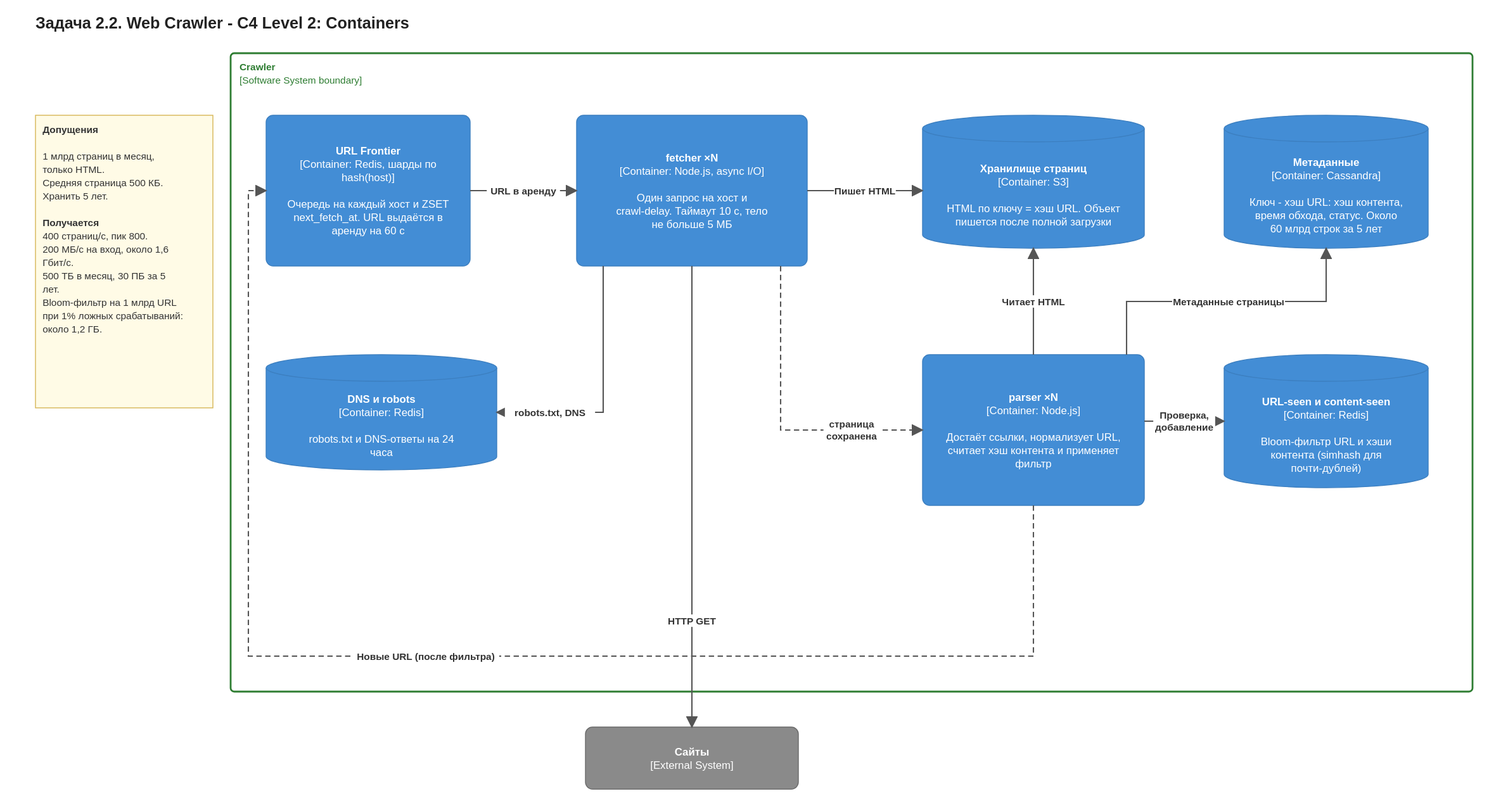
Earlier version of the draw.io export docs/highload/web-crawler.drawio.svg (Elaman19/system-design). Source tidied: cells renumbered, new cells last; positions are measured from the earlier drawing's top-left corner, leaving out a move shared by most shapes.
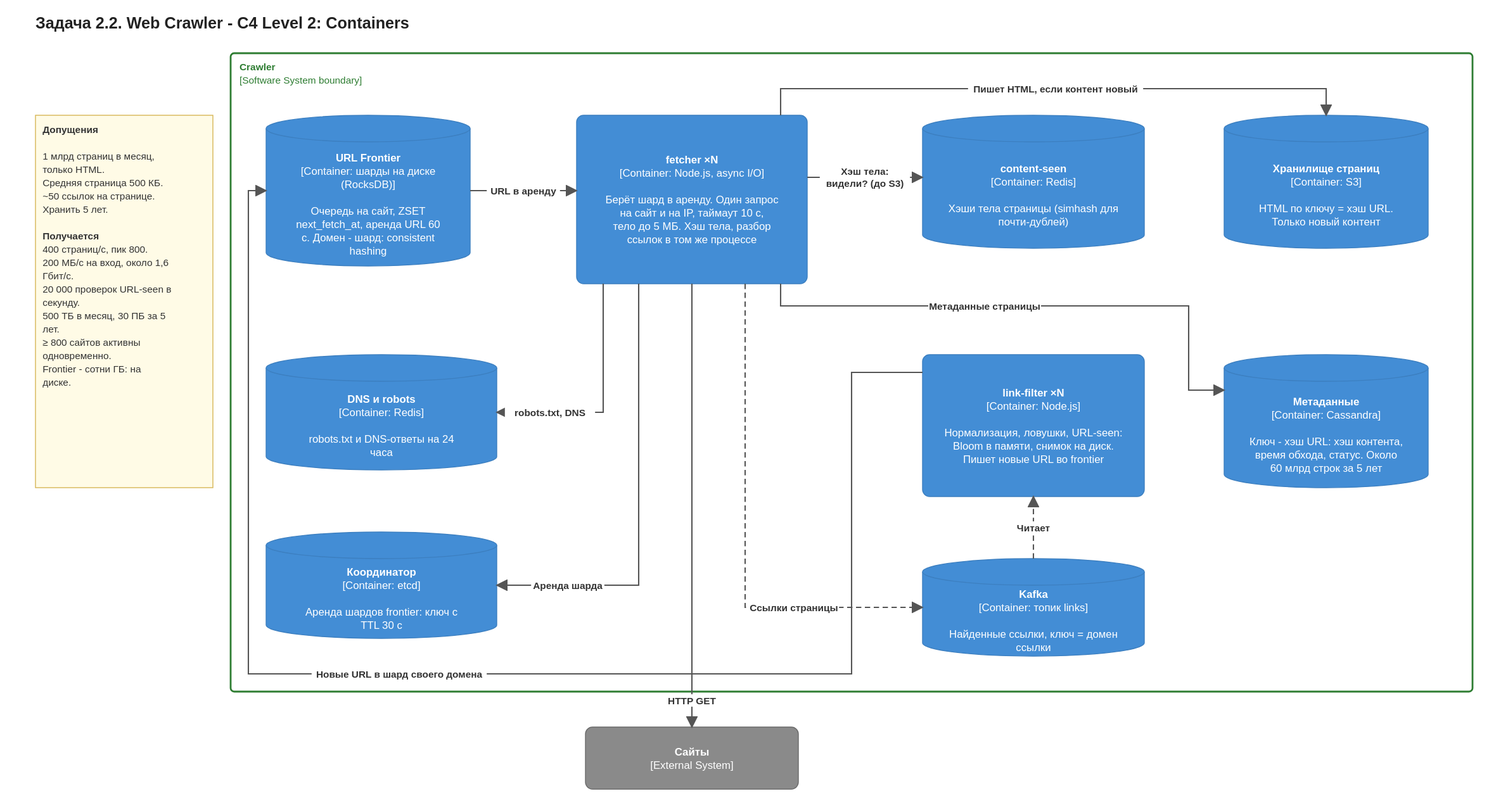
Later version of the same file.

What changed in the source:
```diff
@@ -8,78 +8,98 @@
     <mxCell id="3" value="&lt;b&gt;Задача 2.2. Web Crawler - C4 Level 2: Containers&lt;/b&gt;" style="fontFamily=Helvetica;html=1;whiteSpace=wrap;text;fontSize=18;align=left;verticalAlign=top;fontColor=#222222;" parent="1" vertex="1">
       <mxGeometry width="1620" height="30" as="geometry" />
     </mxCell>
-    <mxCell id="4" value="&lt;b&gt;Допущения&lt;/b&gt;&lt;br&gt;&lt;br&gt;1 млрд страниц в месяц, только HTML.&lt;br&gt;Средняя страница 500 КБ.&lt;br&gt;Хранить 5 лет.&lt;br&gt;&lt;br&gt;&lt;b&gt;Получается&lt;/b&gt;&lt;br&gt;400 страниц/с, пик 800.&lt;br&gt;200 МБ/с на вход, около 1,6 Гбит/с.&lt;br&gt;500 ТБ в месяц, 30 ПБ за 5 лет.&lt;br&gt;Bloom-фильтр на 1 млрд URL при 1% ложных срабатываний: около 1,2 ГБ." style="fontFamily=Helvetica;html=1;whiteSpace=wrap;fontSize=12;rounded=0;fillColor=#fffbe6;strokeColor=#d6b656;fontColor=#333333;align=left;verticalAlign=top;spacing=8;fontSize=11;" parent="1" vertex="1">
-      <mxGeometry y="116" width="200" height="330" as="geometry" />
+    <mxCell id="4" value="&lt;b&gt;Допущения&lt;/b&gt;&lt;br&gt;&lt;br&gt;1 млрд страниц в месяц, только HTML.&lt;br&gt;Средняя страница 500 КБ.&lt;br&gt;~50 ссылок на странице.&lt;br&gt;Хранить 5 лет.&lt;br&gt;&lt;br&gt;&lt;b&gt;Получается&lt;/b&gt;&lt;br&gt;400 страниц/с, пик 800.&lt;br&gt;200 МБ/с на вход, около 1,6 Гбит/с.&lt;br&gt;20 000 проверок URL-seen в секунду.&lt;br&gt;500 ТБ в месяц, 30 ПБ за 5 лет.&lt;br&gt;≥ 800 сайтов активны одновременно.&lt;br&gt;Frontier - сотни ГБ: на диске." style="fontFamily=Helvetica;html=1;whiteSpace=wrap;fontSize=12;rounded=0;fillColor=#fffbe6;strokeColor=#d6b656;fontColor=#333333;align=left;verticalAlign=top;spacing=8;fontSize=11;" parent="1" vertex="1">
+      <mxGeometry y="116" width="200" height="420" as="geometry" />
     </mxCell>
-    <mxCell id="5" value="&lt;b&gt;URL Frontier&lt;/b&gt;&lt;br&gt;[Container: Redis, шарды по hash(host)]&lt;br&gt;&lt;br&gt;Очередь на каждый хост и ZSET next_fetch_at. URL выдаётся в аренду на 60 с" style="fontFamily=Helvetica;html=1;whiteSpace=wrap;fontSize=12;rounded=1;arcSize=8;fillColor=#438dd5;strokeColor=#3c7fc0;fontColor=#ffffff;" parent="1" vertex="1">
+    <mxCell id="5" value="&lt;b&gt;URL Frontier&lt;/b&gt;&lt;br&gt;[Container: шарды на диске (RocksDB)]&lt;br&gt;&lt;br&gt;Очередь на сайт, ZSET next_fetch_at, аренда URL 60 с. Домен - шард: consistent hashing" style="fontFamily=Helvetica;html=1;whiteSpace=wrap;fontSize=12;shape=cylinder3;boundedLbl=1;backgroundOutline=1;size=15;fillColor=#438dd5;strokeColor=#3c7fc0;fontColor=#ffffff;" parent="1" vertex="1">
       <mxGeometry x="260" y="116" width="230" height="170" as="geometry" />
     </mxCell>
-    <mxCell id="6" value="&lt;b&gt;fetcher ×N&lt;/b&gt;&lt;br&gt;[Container: Node.js, async I/O]&lt;br&gt;&lt;br&gt;Один запрос на хост и crawl-delay. Таймаут 10 с, тело не больше 5 МБ" style="fontFamily=Helvetica;html=1;whiteSpace=wrap;fontSize=12;rounded=1;arcSize=8;fillColor=#438dd5;strokeColor=#3c7fc0;fontColor=#ffffff;" parent="1" vertex="1">
-      <mxGeometry x="610" y="116" width="260" height="170" as="geometry" />
+    <mxCell id="6" value="&lt;b&gt;fetcher ×N&lt;/b&gt;&lt;br&gt;[Container: Node.js, async I/O]&lt;br&gt;&lt;br&gt;Берёт шард в аренду. Один запрос на сайт и на IP, таймаут 10 с, тело до 5 МБ. Хэш тела, разбор ссылок в том же процессе" style="fontFamily=Helvetica;html=1;whiteSpace=wrap;fontSize=12;rounded=1;arcSize=8;fillColor=#438dd5;strokeColor=#3c7fc0;fontColor=#ffffff;" parent="1" vertex="1">
+      <mxGeometry x="610" y="116" width="260" height="190" as="geometry" />
     </mxCell>
     <mxCell id="7" value="&lt;b&gt;DNS и robots&lt;/b&gt;&lt;br&gt;[Container: Redis]&lt;br&gt;&lt;br&gt;robots.txt и DNS-ответы на 24 часа" style="fontFamily=Helvetica;html=1;whiteSpace=wrap;fontSize=12;shape=cylinder3;boundedLbl=1;backgroundOutline=1;size=15;fillColor=#438dd5;strokeColor=#3c7fc0;fontColor=#ffffff;" parent="1" vertex="1">
       <mxGeometry x="260" y="386" width="260" height="130" as="geometry" />
     </mxCell>
+    <mxCell id="22" value="&lt;b&gt;Координатор&lt;/b&gt;&lt;br&gt;[Container: etcd]&lt;br&gt;&lt;br&gt;Аренда шардов frontier: ключ с TTL 30 с" style="fontFamily=Helvetica;html=1;whiteSpace=wrap;fontSize=12;shape=cylinder3;boundedLbl=1;backgroundOutline=1;size=15;fillColor=#438dd5;strokeColor=#3c7fc0;fontColor=#ffffff;" parent="1" vertex="1">
+      <mxGeometry x="260" y="586" width="260" height="120" as="geometry" />
+    </mxCell>
+    <mxCell id="23" value="&lt;b&gt;content-seen&lt;/b&gt;&lt;br&gt;[Container: Redis]&lt;br&gt;&lt;br&gt;Хэши тела страницы (simhash для почти-дублей)" style="fontFamily=Helvetica;html=1;whiteSpace=wrap;fontSize=12;shape=cylinder3;boundedLbl=1;backgroundOutline=1;size=15;fillColor=#438dd5;strokeColor=#3c7fc0;fontColor=#ffffff;" parent="1" vertex="1">
+      <mxGeometry x="1000" y="116" width="250" height="150" as="geometry" />
+    </mxCell>
-    <mxCell id="8" value="&lt;b&gt;Хранилище страниц&lt;/b&gt;&lt;br&gt;[Container: S3]&lt;br&gt;&lt;br&gt;HTML по ключу = хэш URL. Объект пишется после полной загрузки" style="fontFamily=Helvetica;html=1;whiteSpace=wrap;fontSize=12;shape=cylinder3;boundedLbl=1;backgroundOutline=1;size=15;fillColor=#438dd5;strokeColor=#3c7fc0;fontColor=#ffffff;" parent="1" vertex="1">
-      <mxGeometry x="1000" y="116" width="250" height="150" as="geometry" />
+    <mxCell id="8" value="&lt;b&gt;Хранилище страниц&lt;/b&gt;&lt;br&gt;[Container: S3]&lt;br&gt;&lt;br&gt;HTML по ключу = хэш URL. Только новый контент" style="fontFamily=Helvetica;html=1;whiteSpace=wrap;fontSize=12;shape=cylinder3;boundedLbl=1;backgroundOutline=1;size=15;fillColor=#438dd5;strokeColor=#3c7fc0;fontColor=#ffffff;" parent="1" vertex="1">
+      <mxGeometry x="1340" y="116" width="230" height="150" as="geometry" />
     </mxCell>
+    <mxCell id="24" value="&lt;b&gt;link-filter ×N&lt;/b&gt;&lt;br&gt;[Container: Node.js]&lt;br&gt;&lt;br&gt;Нормализация, ловушки, URL-seen: Bloom в памяти, снимок на диск. Пишет новые URL во frontier" style="fontFamily=Helvetica;html=1;whiteSpace=wrap;fontSize=12;rounded=1;arcSize=8;fillColor=#438dd5;strokeColor=#3c7fc0;fontColor=#ffffff;" parent="1" vertex="1">
+      <mxGeometry x="1000" y="386" width="250" height="160" as="geometry" />
+    </mxCell>
     <mxCell id="9" value="&lt;b&gt;Метаданные&lt;/b&gt;&lt;br&gt;[Container: Cassandra]&lt;br&gt;&lt;br&gt;Ключ - хэш URL: хэш контента, время обхода, статус. Около 60 млрд строк за 5 лет" style="fontFamily=Helvetica;html=1;whiteSpace=wrap;fontSize=12;shape=cylinder3;boundedLbl=1;backgroundOutline=1;size=15;fillColor=#438dd5;strokeColor=#3c7fc0;fontColor=#ffffff;" parent="1" vertex="1">
-      <mxGeometry x="1340" y="116" width="230" height="150" as="geometry" />
+      <mxGeometry x="1340" y="386" width="230" height="150" as="geometry" />
     </mxCell>
-    <mxCell id="10" value="&lt;b&gt;parser ×N&lt;/b&gt;&lt;br&gt;[Container: Node.js]&lt;br&gt;&lt;br&gt;Достаёт ссылки, нормализует URL, считает хэш контента и применяет фильтр" style="fontFamily=Helvetica;html=1;whiteSpace=wrap;fontSize=12;rounded=1;arcSize=8;fillColor=#438dd5;strokeColor=#3c7fc0;fontColor=#ffffff;" parent="1" vertex="1">
-      <mxGeometry x="1000" y="386" width="250" height="170" as="geometry" />
-    </mxCell>
-    <mxCell id="11" value="&lt;b&gt;URL-seen и content-seen&lt;/b&gt;&lt;br&gt;[Container: Redis]&lt;br&gt;&lt;br&gt;Bloom-фильтр URL и хэши контента (simhash для почти-дублей)" style="fontFamily=Helvetica;html=1;whiteSpace=wrap;fontSize=12;shape=cylinder3;boundedLbl=1;backgroundOutline=1;size=15;fillColor=#438dd5;strokeColor=#3c7fc0;fontColor=#ffffff;" parent="1" vertex="1">
-      <mxGeometry x="1340" y="386" width="230" height="150" as="geometry" />
-    </mxCell>
+    <mxCell id="25" value="&lt;b&gt;Kafka&lt;/b&gt;&lt;br&gt;[Container: топик links]&lt;br&gt;&lt;br&gt;Найденные ссылки, ключ = домен ссылки" style="fontFamily=Helvetica;html=1;whiteSpace=wrap;fontSize=12;shape=cylinder3;boundedLbl=1;backgroundOutline=1;size=15;fillColor=#438dd5;strokeColor=#3c7fc0;fontColor=#ffffff;" parent="1" vertex="1">
+      <mxGeometry x="1000" y="616" width="250" height="110" as="geometry" />
+    </mxCell>
     <mxCell id="12" value="&lt;b&gt;Сайты&lt;/b&gt;&lt;br&gt;[External System]" style="fontFamily=Helvetica;html=1;whiteSpace=wrap;fontSize=12;rounded=1;arcSize=8;fillColor=#8a8a8a;strokeColor=#6b6b6b;fontColor=#ffffff;" parent="1" vertex="1">
       <mxGeometry x="620" y="806" width="240" height="70" as="geometry" />
     </mxCell>
-    <mxCell id="13" value="&lt;b&gt;URL в аренду&lt;/b&gt;" style="fontFamily=Helvetica;html=1;whiteSpace=wrap;fontSize=11;rounded=0;endArrow=blockThin;endFill=1;strokeColor=#555555;strokeWidth=1.5;fontColor=#333333;labelBackgroundColor=#ffffff;exitX=1.0;exitY=0.5;entryX=0.0;entryY=0.5;" parent="1" edge="1" source="5" target="6">
+    <mxCell id="13" value="&lt;b&gt;URL в аренду&lt;/b&gt;" style="fontFamily=Helvetica;html=1;whiteSpace=wrap;fontSize=11;rounded=0;endArrow=blockThin;endFill=1;strokeColor=#555555;strokeWidth=1.5;fontColor=#333333;labelBackgroundColor=#ffffff;exitX=1.0;exitY=0.5;entryX=0.0;entryY=0.447;" parent="1" edge="1" source="5" target="6">
       <mxGeometry relative="1" as="geometry" />
     </mxCell>
     <mxCell id="14" value="&lt;b&gt;HTTP GET&lt;/b&gt;" style="fontFamily=Helvetica;html=1;whiteSpace=wrap;fontSize=11;rounded=0;endArrow=blockThin;endFill=1;strokeColor=#555555;strokeWidth=1.5;fontColor=#333333;labelBackgroundColor=#ffffff;exitX=0.5;exitY=1.0;entryX=0.5;entryY=0.0;" parent="1" edge="1" source="6" target="12">
-      <mxGeometry x="0.54" relative="1" as="geometry" />
+      <mxGeometry x="0.88" relative="1" as="geometry" />
     </mxCell>
     <mxCell id="15" value="&lt;b&gt;robots.txt, DNS&lt;/b&gt;" style="fontFamily=Helvetica;html=1;whiteSpace=wrap;fontSize=11;rounded=0;endArrow=blockThin;endFill=1;strokeColor=#555555;strokeWidth=1.5;fontColor=#333333;labelBackgroundColor=#ffffff;exitX=0.115;exitY=1.0;entryX=1.0;entryY=0.5;" parent="1" edge="1" source="6" target="7">
-      <mxGeometry x="0.58" relative="1" as="geometry">
+      <mxGeometry x="0.55" relative="1" as="geometry">
         <Array as="points">
           <mxPoint x="640" y="451" />
         </Array>
       </mxGeometry>
     </mxCell>
-    <mxCell id="16" value="&lt;b&gt;Пишет HTML&lt;/b&gt;" style="fontFamily=Helvetica;html=1;whiteSpace=wrap;fontSize=11;rounded=0;endArrow=blockThin;endFill=1;strokeColor=#555555;strokeWidth=1.5;fontColor=#333333;labelBackgroundColor=#ffffff;exitX=1.0;exitY=0.5;entryX=0.0;entryY=0.567;" parent="1" edge="1" source="6" target="8">
-      <mxGeometry relative="1" as="geometry" />
+    <mxCell id="16" value="&lt;b&gt;Аренда шарда&lt;/b&gt;" style="fontFamily=Helvetica;html=1;whiteSpace=wrap;fontSize=11;rounded=0;endArrow=blockThin;endFill=1;strokeColor=#555555;strokeWidth=1.5;fontColor=#333333;labelBackgroundColor=#ffffff;exitX=0.269;exitY=1.0;entryX=1.0;entryY=0.5;" parent="1" edge="1" source="6" target="22">
+      <mxGeometry x="0.68" relative="1" as="geometry">
+        <Array as="points">
+          <mxPoint x="680" y="646" />
+        </Array>
+      </mxGeometry>
     </mxCell>
-    <mxCell id="17" value="&lt;b&gt;страница&lt;br&gt;сохранена&lt;/b&gt;" style="fontFamily=Helvetica;html=1;whiteSpace=wrap;fontSize=11;rounded=0;endArrow=blockThin;endFill=1;strokeColor=#555555;strokeWidth=1.5;fontColor=#333333;labelBackgroundColor=#ffffff;exitX=0.885;exitY=1.0;entryX=0.0;entryY=0.5;dashed=1;dashPattern=6 4;" parent="1" edge="1" source="6" target="10">
-      <mxGeometry x="0.54" relative="1" as="geometry">
-        <Array as="points">
-          <mxPoint x="840" y="471" />
-        </Array>
-      </mxGeometry>
+    <mxCell id="17" value="&lt;b&gt;Хэш тела:&lt;br&gt;видели? (до S3)&lt;/b&gt;" style="fontFamily=Helvetica;html=1;whiteSpace=wrap;fontSize=11;rounded=0;endArrow=blockThin;endFill=1;strokeColor=#555555;strokeWidth=1.5;fontColor=#333333;labelBackgroundColor=#ffffff;exitX=1.0;exitY=0.368;entryX=0.0;entryY=0.467;" parent="1" edge="1" source="6" target="23">
+      <mxGeometry relative="1" as="geometry" />
     </mxCell>
-    <mxCell id="18" value="&lt;b&gt;Читает HTML&lt;/b&gt;" style="fontFamily=Helvetica;html=1;whiteSpace=wrap;fontSize=11;rounded=0;endArrow=blockThin;endFill=1;strokeColor=#555555;strokeWidth=1.5;fontColor=#333333;labelBackgroundColor=#ffffff;exitX=0.5;exitY=0.0;entryX=0.5;entryY=1.0;" parent="1" edge="1" source="10" target="8">
-      <mxGeometry relative="1" as="geometry" />
+    <mxCell id="18" value="&lt;b&gt;Пишет HTML, если контент новый&lt;/b&gt;" style="fontFamily=Helvetica;html=1;whiteSpace=wrap;fontSize=11;rounded=0;endArrow=blockThin;endFill=1;strokeColor=#555555;strokeWidth=1.5;fontColor=#333333;labelBackgroundColor=#ffffff;exitX=0.885;exitY=0.0;entryX=0.5;entryY=0.0;" parent="1" edge="1" source="6" target="8">
+      <mxGeometry x="0.01" relative="1" as="geometry">
+        <Array as="points">
+          <mxPoint x="840" y="86" />
+          <mxPoint x="1455" y="86" />
+        </Array>
+      </mxGeometry>
     </mxCell>
-    <mxCell id="19" value="&lt;b&gt;Проверка,&lt;br&gt;добавление&lt;/b&gt;" style="fontFamily=Helvetica;html=1;whiteSpace=wrap;fontSize=11;rounded=0;endArrow=blockThin;endFill=1;strokeColor=#555555;strokeWidth=1.5;fontColor=#333333;labelBackgroundColor=#ffffff;exitX=1.0;exitY=0.441;entryX=0.0;entryY=0.5;" parent="1" edge="1" source="10" target="11">
-      <mxGeometry relative="1" as="geometry" />
+    <mxCell id="19" value="&lt;b&gt;Метаданные страницы&lt;/b&gt;" style="fontFamily=Helvetica;html=1;whiteSpace=wrap;fontSize=11;rounded=0;endArrow=blockThin;endFill=1;strokeColor=#555555;strokeWidth=1.5;fontColor=#333333;labelBackgroundColor=#ffffff;exitX=0.885;exitY=1.0;entryX=0.0;entryY=0.267;" parent="1" edge="1" source="6" target="9">
+      <mxGeometry x="-0.18" relative="1" as="geometry">
+        <Array as="points">
+          <mxPoint x="840" y="331" />
+          <mxPoint x="1300" y="331" />
+          <mxPoint x="1300" y="426" />
+        </Array>
+      </mxGeometry>
     </mxCell>
-    <mxCell id="20" value="&lt;b&gt;Метаданные страницы&lt;/b&gt;" style="fontFamily=Helvetica;html=1;whiteSpace=wrap;fontSize=11;rounded=0;endArrow=blockThin;endFill=1;strokeColor=#555555;strokeWidth=1.5;fontColor=#333333;labelBackgroundColor=#ffffff;exitX=0.92;exitY=0.0;entryX=0.5;entryY=1.0;" parent="1" edge="1" source="10" target="9">
-      <mxGeometry x="0.01" relative="1" as="geometry">
+    <mxCell id="20" value="&lt;b&gt;Ссылки страницы&lt;/b&gt;" style="fontFamily=Helvetica;html=1;whiteSpace=wrap;fontSize=11;rounded=0;endArrow=blockThin;endFill=1;strokeColor=#555555;strokeWidth=1.5;fontColor=#333333;labelBackgroundColor=#ffffff;exitX=0.731;exitY=1.0;entryX=0.0;entryY=0.5;dashed=1;dashPattern=6 4;" parent="1" edge="1" source="6" target="25">
+      <mxGeometry x="0.49" relative="1" as="geometry">
         <Array as="points">
-          <mxPoint x="1230" y="326" />
-          <mxPoint x="1455" y="326" />
+          <mxPoint x="800" y="671" />
         </Array>
       </mxGeometry>
     </mxCell>
-    <mxCell id="21" value="&lt;b&gt;Новые URL (после фильтра)&lt;/b&gt;" style="fontFamily=Helvetica;html=1;whiteSpace=wrap;fontSize=11;rounded=0;endArrow=blockThin;endFill=1;strokeColor=#555555;strokeWidth=1.5;fontColor=#333333;labelBackgroundColor=#ffffff;exitX=0.5;exitY=1.0;entryX=0.0;entryY=0.5;dashed=1;dashPattern=6 4;" parent="1" edge="1" source="10" target="5">
-      <mxGeometry x="0.07" relative="1" as="geometry">
-        <Array as="points">
-          <mxPoint x="1125" y="726" />
-          <mxPoint x="240" y="726" />
-          <mxPoint x="240" y="201" />
-        </Array>
-      </mxGeometry>
+    <mxCell id="21" value="&lt;b&gt;Читает&lt;/b&gt;" style="fontFamily=Helvetica;html=1;whiteSpace=wrap;fontSize=11;rounded=0;endArrow=blockThin;endFill=1;strokeColor=#555555;strokeWidth=1.5;fontColor=#333333;labelBackgroundColor=#ffffff;exitX=0.5;exitY=0.0;entryX=0.5;entryY=1.0;dashed=1;dashPattern=6 4;" parent="1" edge="1" source="25" target="24">
+      <mxGeometry relative="1" as="geometry" />
     </mxCell>
+    <mxCell id="26" value="&lt;b&gt;Новые URL в шард своего домена&lt;/b&gt;" style="fontFamily=Helvetica;html=1;whiteSpace=wrap;fontSize=11;rounded=0;endArrow=blockThin;endFill=1;strokeColor=#555555;strokeWidth=1.5;fontColor=#333333;labelBackgroundColor=#ffffff;exitX=0.0;exitY=0.125;entryX=0.0;entryY=0.5;" parent="1" edge="1" source="24" target="5">
+      <mxGeometry x="0.12" relative="1" as="geometry">
+        <Array as="points">
+          <mxPoint x="920" y="406" />
+          <mxPoint x="920" y="746" />
+          <mxPoint x="240" y="746" />
+          <mxPoint x="240" y="201" />
+        </Array>
+      </mxGeometry>
+    </mxCell>
   </root>
 </mxGraphModel>
```
